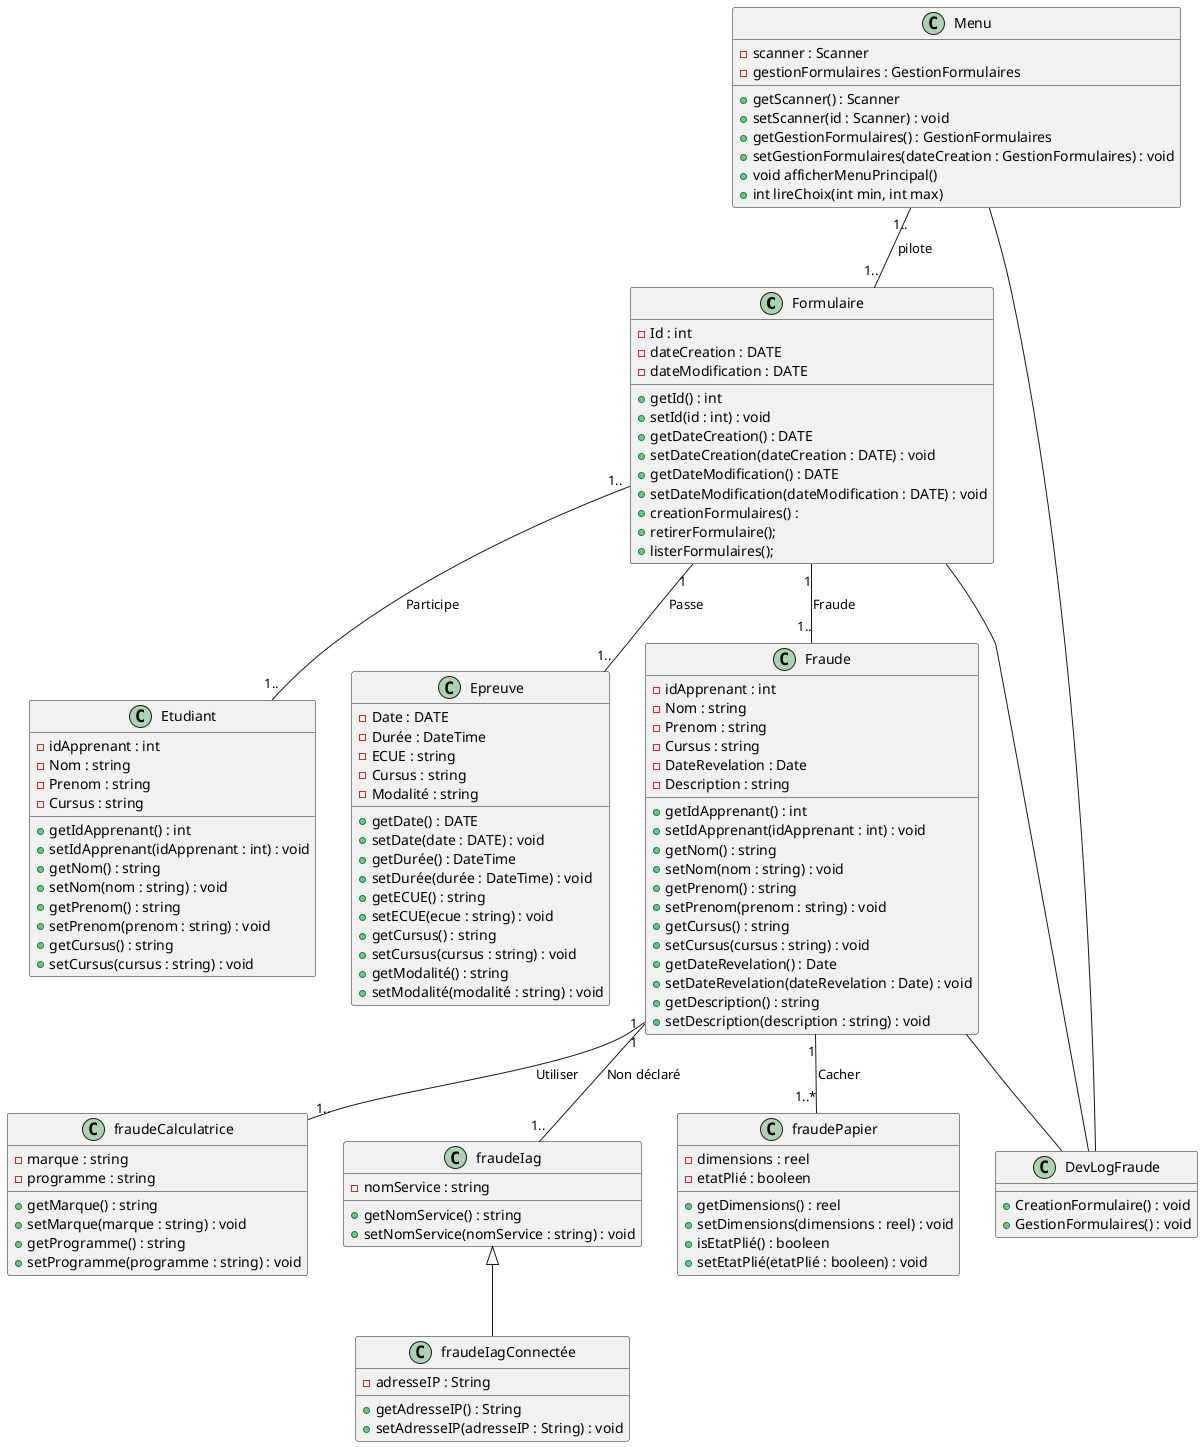
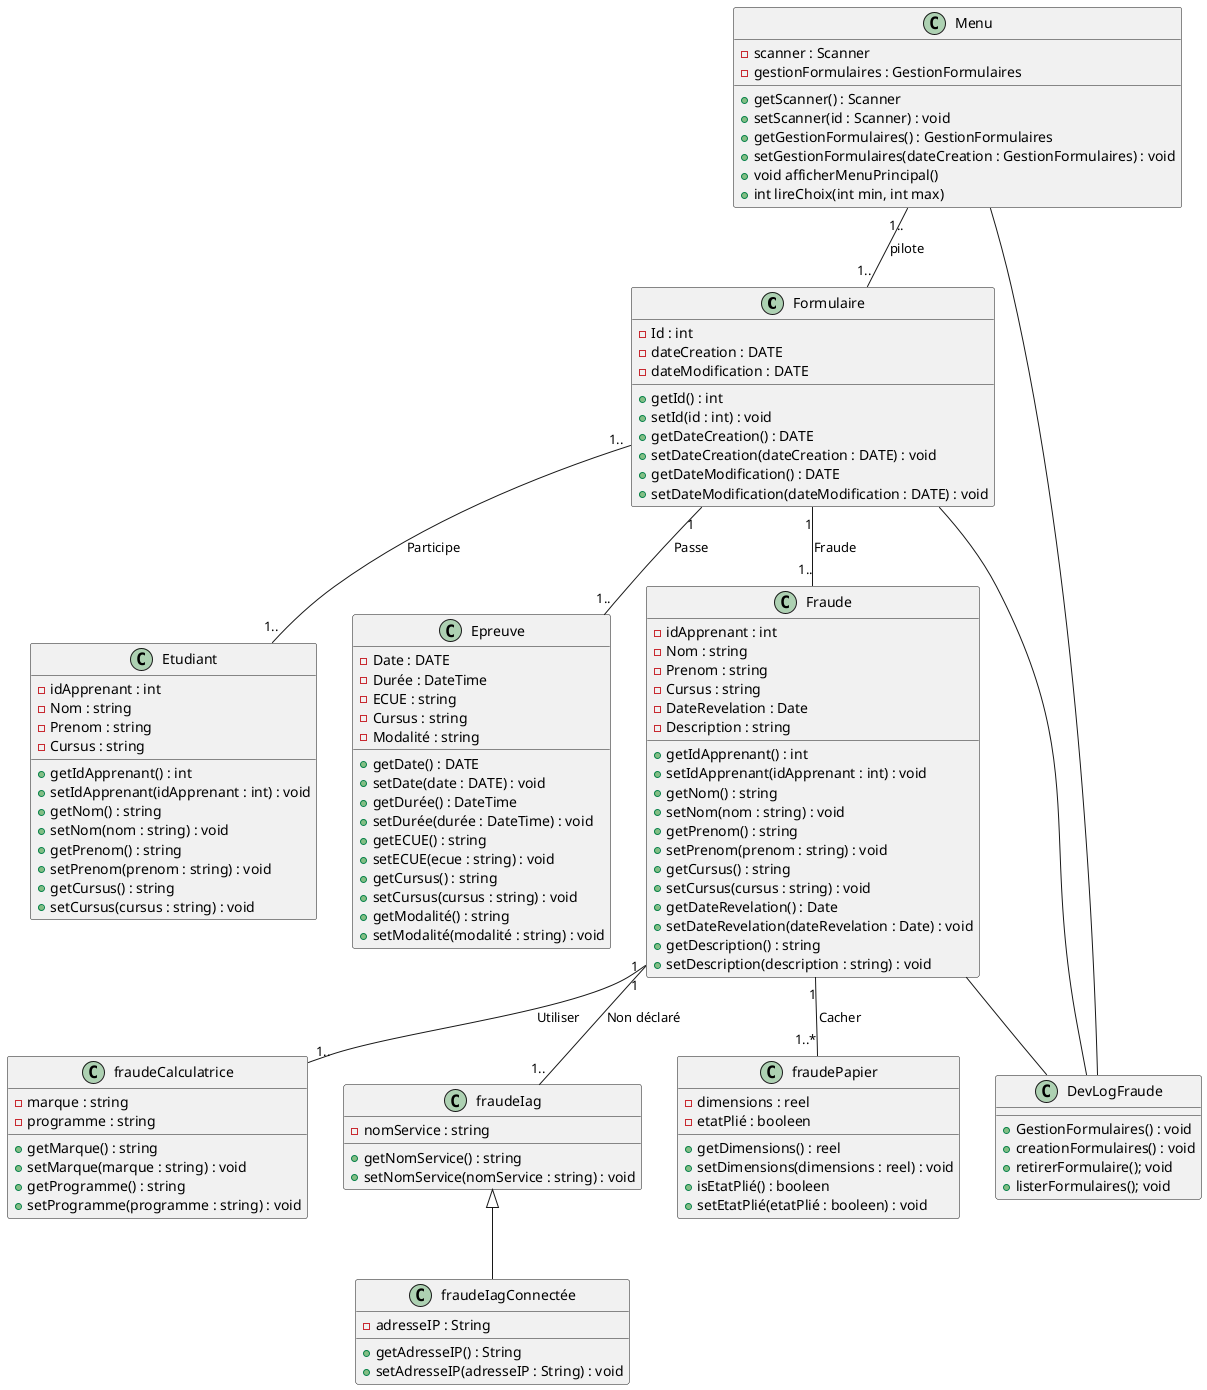
@startuml
' Relations entre les classes
Formulaire "1.."-- "1.." Etudiant : Participe
Menu "1.."-- "1.." Formulaire : pilote
Formulaire "1"-- "1.." Epreuve : Passe
Formulaire "1"-- "1.." Fraude : Fraude
Fraude "1" -- "1.." fraudeCalculatrice : Utiliser
Fraude "1" -- "1.." fraudeIag : Non déclaré
fraudeIag <|-- fraudeIagConnectée
Fraude "1" -- "1..*" fraudePapier : Cacher
Formulaire -- DevLogFraude
Fraude -- DevLogFraude
Menu -- DevLogFraude
' ----------------------------
' Classe DevLogFraude
' ----------------------------
class DevLogFraude {
- +CreationFormulaire() : void
+GestionFormulaires() : void
+ +creationFormulaires() : void
+ +retirerFormulaire(); void
+ +listerFormulaires(); void
}
' ----------------------------
' Classe Menu
' ----------------------------
class Menu {
    -scanner : Scanner
    -gestionFormulaires : GestionFormulaires
    +getScanner() : Scanner
    +setScanner(id : Scanner) : void
    +getGestionFormulaires() : GestionFormulaires
    +setGestionFormulaires(dateCreation : GestionFormulaires) : void
    +void afficherMenuPrincipal()
    +int lireChoix(int min, int max)
}

' ----------------------------
' Classe Formulaire
' ----------------------------
class Formulaire {
    -Id : int
    -dateCreation : DATE
    -dateModification : DATE
    +getId() : int
    +setId(id : int) : void
    +getDateCreation() : DATE
    +setDateCreation(dateCreation : DATE) : void
    +getDateModification() : DATE
    +setDateModification(dateModification : DATE) : void
-     +creationFormulaires() :
-     +retirerFormulaire();
-     +listerFormulaires();
+ 

}

' ----------------------------
' Classe Epreuve
' ----------------------------
class Epreuve {
    -Date : DATE
    -Durée : DateTime
    -ECUE : string
    -Cursus : string
    -Modalité : string
    +getDate() : DATE
    +setDate(date : DATE) : void
    +getDurée() : DateTime
    +setDurée(durée : DateTime) : void
    +getECUE() : string
    +setECUE(ecue : string) : void
    +getCursus() : string
    +setCursus(cursus : string) : void
    +getModalité() : string
    +setModalité(modalité : string) : void
}

' ----------------------------
' Classe Etudiant
' ----------------------------
class Etudiant {
    -idApprenant : int
    -Nom : string
    -Prenom : string
    -Cursus : string
    +getIdApprenant() : int
    +setIdApprenant(idApprenant : int) : void
    +getNom() : string
    +setNom(nom : string) : void
    +getPrenom() : string
    +setPrenom(prenom : string) : void
    +getCursus() : string
    +setCursus(cursus : string) : void
}

' ----------------------------
' Classe Fraude
' ----------------------------
class Fraude {
    -idApprenant : int
    -Nom : string
    -Prenom : string
    -Cursus : string
    -DateRevelation : Date
    -Description : string
    +getIdApprenant() : int
    +setIdApprenant(idApprenant : int) : void
    +getNom() : string
    +setNom(nom : string) : void
    +getPrenom() : string
    +setPrenom(prenom : string) : void
    +getCursus() : string
    +setCursus(cursus : string) : void
    +getDateRevelation() : Date
    +setDateRevelation(dateRevelation : Date) : void
    +getDescription() : string
    +setDescription(description : string) : void
}

' ----------------------------
' Classe fraudeCalculatrice
' ----------------------------
class fraudeCalculatrice {
    -marque : string
    -programme : string
    +getMarque() : string
    +setMarque(marque : string) : void
    +getProgramme() : string
    +setProgramme(programme : string) : void
}

' ----------------------------
' Classe fraudeIag
' ----------------------------
class fraudeIag {
    -nomService : string
    +getNomService() : string
    +setNomService(nomService : string) : void
}

' ----------------------------
' Classe fraudeIagConnectée
' ----------------------------
class fraudeIagConnectée {
    -adresseIP : String
    +getAdresseIP() : String
    +setAdresseIP(adresseIP : String) : void
}

' ----------------------------
' Classe fraudePapier
' ----------------------------
class fraudePapier {
    -dimensions : reel
    -etatPlié : booleen
    +getDimensions() : reel
    +setDimensions(dimensions : reel) : void
    +isEtatPlié() : booleen
    +setEtatPlié(etatPlié : booleen) : void
}

@enduml